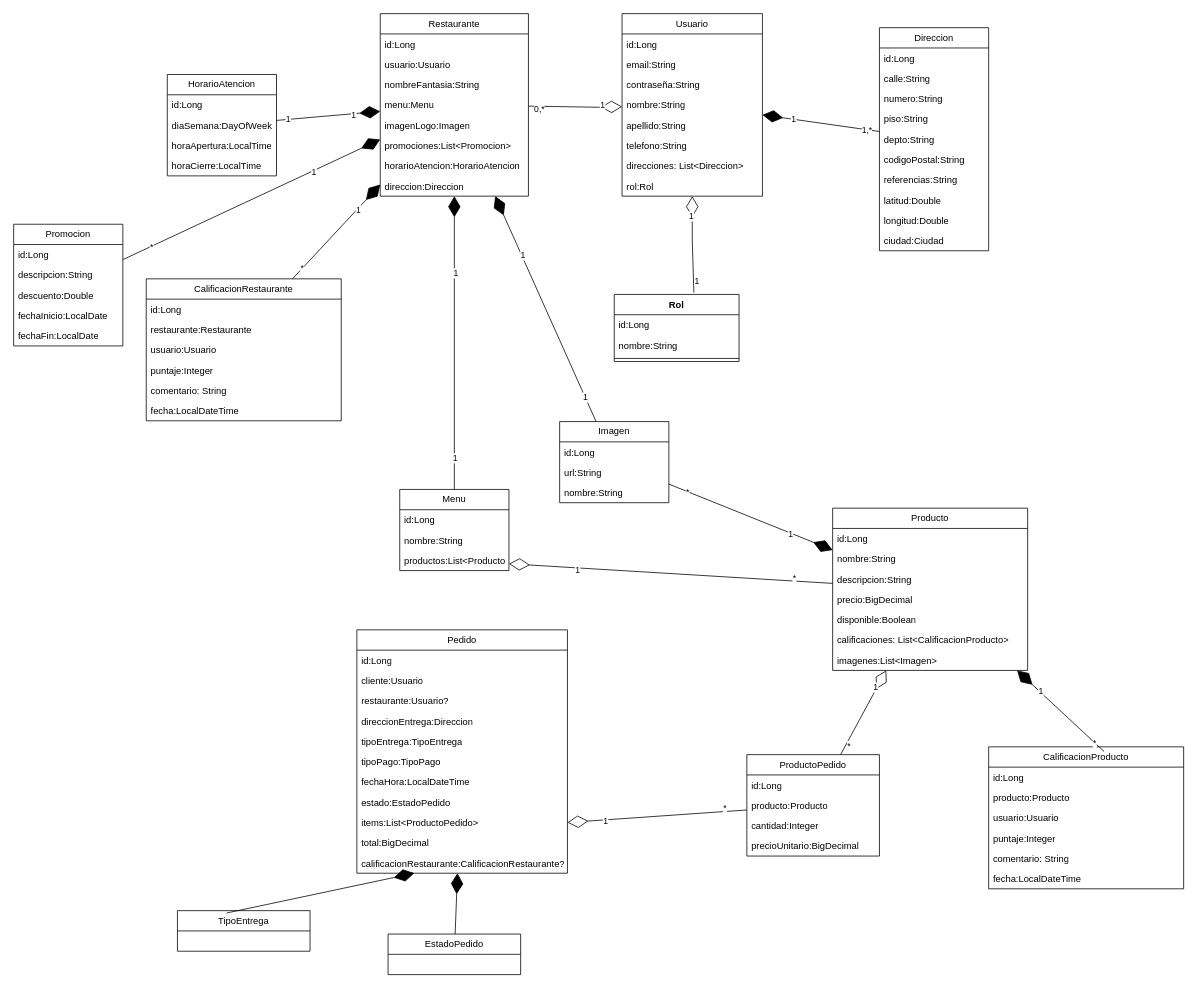
The draw.io diagram mordisco-api/doc/mordisco-uml.drawio in burgosfacundo/mordisco-app, before the edit. Source tidied: cells renumbered, new cells numbered last; positions are measured from the earlier drawing's top-left corner, leaving out a move shared by most shapes. Both pictures are drawn from the tidied source at 78%, with x=0, y=0 at pixel (13, 13).
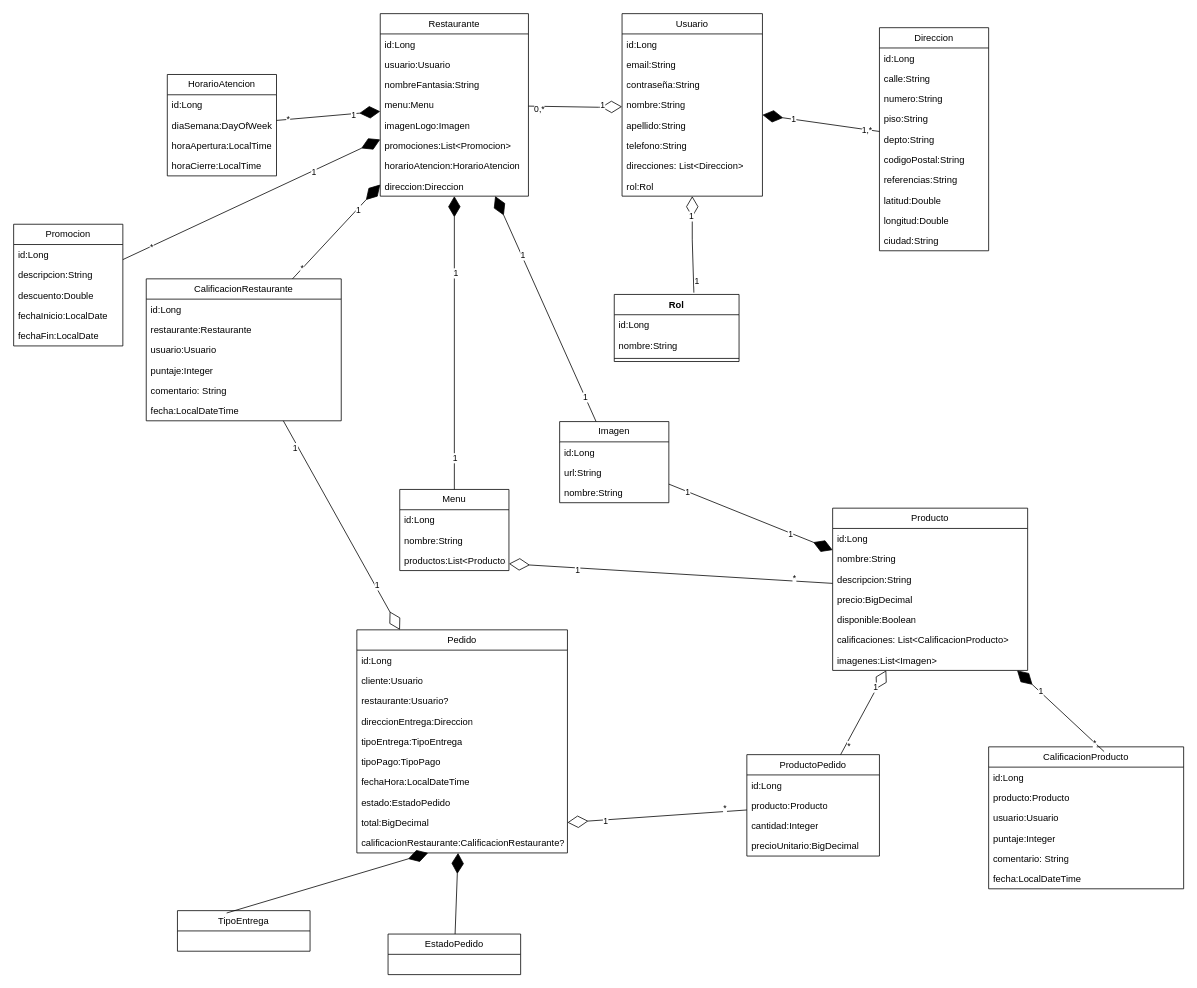
The same diagram, later.

Unchanged cells that the change refers to:
```xml
<mxCell id="11" value="Direccion" style="swimlane;fontStyle=0;horizontal=1;startSize=26;fillColor=none;whiteSpace=wrap;html=1;" parent="1" vertex="1">
  <mxGeometry x="1110" y="18" width="140" height="286" as="geometry" />
</mxCell>
<mxCell id="67" value="ProductoPedido" style="swimlane;fontStyle=0;horizontal=1;startSize=26;fillColor=none;whiteSpace=wrap;html=1;" parent="1" vertex="1">
  <mxGeometry x="940" y="950" width="170" height="130" as="geometry" />
</mxCell>
<mxCell id="86" value="CalificacionRestaurante" style="swimlane;fontStyle=0;horizontal=1;startSize=26;fillColor=none;whiteSpace=wrap;html=1;" parent="1" vertex="1">
  <mxGeometry x="170" y="340" width="250" height="182" as="geometry" />
</mxCell>
<mxCell id="115" style="endArrow=diamondThin;endFill=1;endSize=24;html=1;rounded=0;" parent="1" edge="1" source="29" target="93">
  <mxGeometry relative="1" as="geometry" />
</mxCell>
<mxCell id="133" style="endArrow=diamondThin;endFill=1;endSize=24;html=1;rounded=0;" parent="1" edge="1" source="102" target="38">
  <mxGeometry relative="1" as="geometry" />
</mxCell>
```

The edit, as a diff of the source:
```diff
@@
-    <mxCell id="21" value="ciudad:Ciudad" style="text;strokeColor=none;fillColor=none;align=left;verticalAlign=top;spacingLeft=4;spacingRight=4;overflow=hidden;whiteSpace=wrap;html=1;" parent="11" vertex="1">
+    <mxCell id="21" value="ciudad:String" style="text;strokeColor=none;fillColor=none;align=left;verticalAlign=top;spacingLeft=4;spacingRight=4;overflow=hidden;whiteSpace=wrap;html=1;" parent="11" vertex="1">
       <mxGeometry y="260" width="140" height="26" as="geometry" />
     </mxCell>
@@
     <mxCell id="55" value="Pedido" style="swimlane;fontStyle=0;horizontal=1;startSize=26;fillColor=none;whiteSpace=wrap;html=1;" parent="1" vertex="1">
-      <mxGeometry x="440" y="790" width="270" height="312" as="geometry" />
+      <mxGeometry x="440" y="790" width="270" height="286" as="geometry" />
     </mxCell>
@@
-    <mxCell id="64" value="items:List&amp;lt;ProductoPedido&amp;gt;" style="text;strokeColor=none;fillColor=none;align=left;verticalAlign=top;spacingLeft=4;spacingRight=4;overflow=hidden;points=[[0,0.5],[1,0.5]];portConstraint=eastwest;whiteSpace=wrap;html=1;" parent="55" vertex="1">
-      <mxGeometry y="234" width="270" height="26" as="geometry" />
-    </mxCell>
     <mxCell id="65" value="total:BigDecimal" style="text;strokeColor=none;fillColor=none;align=left;verticalAlign=top;spacingLeft=4;spacingRight=4;overflow=hidden;whiteSpace=wrap;html=1;" parent="55" vertex="1">
-      <mxGeometry y="260" width="270" height="26" as="geometry" />
+      <mxGeometry y="234" width="270" height="26" as="geometry" />
     </mxCell>
     <mxCell id="66" value="calificacionRestaurante:CalificacionRestaurante?" style="text;strokeColor=none;fillColor=none;align=left;verticalAlign=top;spacingLeft=4;spacingRight=4;overflow=hidden;points=[[0,0.5],[1,0.5]];portConstraint=eastwest;whiteSpace=wrap;html=1;" parent="55" vertex="1">
-      <mxGeometry y="286" width="270" height="26" as="geometry" />
+      <mxGeometry y="260" width="270" height="26" as="geometry" />
     </mxCell>
@@
-    <mxCell id="72" style="endArrow=diamondThin;endFill=0;endSize=24;html=1;rounded=0;entryX=1;entryY=0.5;entryDx=0;entryDy=0;" parent="1" edge="1" source="67" target="64">
-      <mxGeometry relative="1" as="geometry" />
+    <mxCell id="72" style="endArrow=diamondThin;endFill=0;endSize=24;html=1;rounded=0;entryX=1;entryY=0.5;entryDx=0;entryDy=0;" parent="1" edge="1" source="67">
+      <mxGeometry relative="1" as="geometry">
+        <mxPoint x="710" y="1037" as="targetPoint" />
+      </mxGeometry>
     </mxCell>
@@
-    <mxCell id="117" value="1" style="edgeLabel;html=1;align=center;verticalAlign=middle;" parent="115" vertex="1">
+    <mxCell id="117" value="*" style="edgeLabel;html=1;align=center;verticalAlign=middle;" parent="115" vertex="1">
       <mxGeometry x="-0.78" relative="1" as="geometry" />
     </mxCell>
@@
-    <mxCell id="135" value="*" style="edgeLabel;html=1;align=center;verticalAlign=middle;" parent="133" vertex="1">
+    <mxCell id="135" value="1" style="edgeLabel;html=1;align=center;verticalAlign=middle;" parent="133" vertex="1">
       <mxGeometry x="-0.78" relative="1" as="geometry" />
     </mxCell>
+    <mxCell id="136" style="endArrow=diamondThin;endFill=0;endSize=24;html=1;rounded=0;" parent="1" edge="1" source="86" target="55">
+      <mxGeometry relative="1" as="geometry" />
+    </mxCell>
+    <mxCell id="137" value="1" style="edgeLabel;html=1;align=center;verticalAlign=middle;" parent="136" vertex="1">
+      <mxGeometry x="0.58" y="2" relative="1" as="geometry" />
+    </mxCell>
+    <mxCell id="138" value="1" style="edgeLabel;html=1;align=center;verticalAlign=middle;" parent="136" vertex="1">
+      <mxGeometry x="-0.76" y="-4" relative="1" as="geometry" />
+    </mxCell>
```
